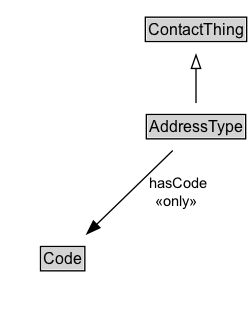
This is docs/diagrams/AddressType.dot.png from ISO-TC204/ontology-cdm-p2-v1, a Graphviz export, as it was before one commit. Its source is kept beside it as docs/diagrams/AddressType.dot.
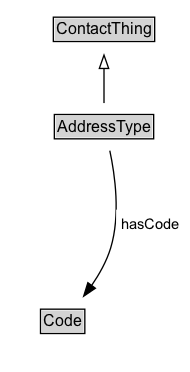
The same file after the commit.

Diff of the diagram source:
```diff
@@ -3,18 +3,21 @@
 	node [fontname=Arial fontsize=12 margin=0 shape=none]
 	edge [fontname=Arial fontsize=11]
 	{
+		rank=source
+		ContactThing [label=<<TABLE BORDER="1" CELLBORDER="0" CELLSPACING="0" CELLPADDING="1"><TR><TD BGCOLOR="lightgray" ALIGN="CENTER">ContactThing</TD></TR></TABLE>> URL="../ContactThing" margin=0]
+	}
+	AddressType [label=<<TABLE BORDER="1" CELLBORDER="0" CELLSPACING="0" CELLPADDING="1"><TR><TD BGCOLOR="lightgray" ALIGN="CENTER">AddressType</TD></TR></TABLE>> URL="../AddressType" margin=0]
+	{
 		rank=max
-		AddressType [label=<<TABLE BORDER="1" CELLBORDER="0" CELLSPACING="0" CELLPADDING="1"><TR><TD BGCOLOR="lightgray" ALIGN="CENTER" PORT="e">AddressType</TD></TR></TABLE>> URL="../AddressType.md" margin=0]
 	}
 	subgraph cluster_associated {
 		label="" style=invis
 		Invis [label=<<TABLE BORDER="0" CELLBORDER="0" CELLSPACING="0" CELLPADDING="1"><TR><TD></TD></TR></TABLE>> margin=0 style=invis]
-		Code [label=<<TABLE BORDER="1" CELLBORDER="0" CELLSPACING="0" CELLPADDING="1"><TR><TD BGCOLOR="lightgray" ALIGN="CENTER">Code</TD></TR></TABLE>> URL="../Code.md" margin=0]
+		Code [label=<<TABLE BORDER="1" CELLBORDER="0" CELLSPACING="0" CELLPADDING="1"><TR><TD BGCOLOR="lightgray" ALIGN="CENTER">Code</TD></TR></TABLE>> URL="../Code" margin=0]
 	}
-	ContactThing [label=<<TABLE BORDER="1" CELLBORDER="0" CELLSPACING="0" CELLPADDING="1"><TR><TD BGCOLOR="lightgray" ALIGN="CENTER">ContactThing</TD></TR></TABLE>> URL="../ContactThing.md" margin=0]
 	AddressType -> ContactThing [arrowhead=onormal style=solid]
 	AddressType -> Invis [style=invis]
 	Invis -> Code [style=invis]
-	AddressType -> Code [label=" hasCode
- «only»  " arrowhead=normal style=solid]
+	Code [label=<<TABLE BORDER="1" CELLBORDER="0" CELLSPACING="0" CELLPADDING="1"><TR><TD BGCOLOR="lightgray" ALIGN="CENTER">Code</TD></TR></TABLE>> URL="../Code" margin=0]
+	AddressType -> Code [label=<<TABLE BORDER="0" CELLBORDER="0" CELLSPACING="0" CELLPADDING="4" BGCOLOR="white"><TR><TD ALIGN="CENTER">hasCode</TD></TR></TABLE>> arrowhead=normal style=solid]
 }
```
